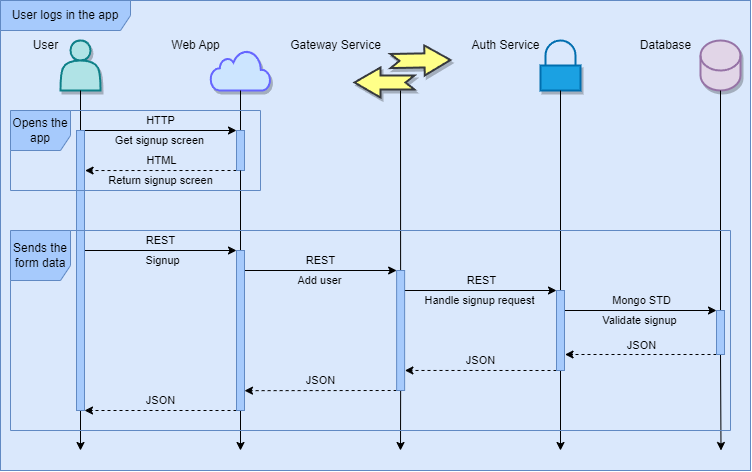
Earlier version of the draw.io export docs/images/06_signup.drawio.png (Arquisoft/wiq_es05b). Source tidied: cells renumbered, new cells last; positions are measured from the earlier drawing's top-left corner, leaving out a move shared by most shapes.
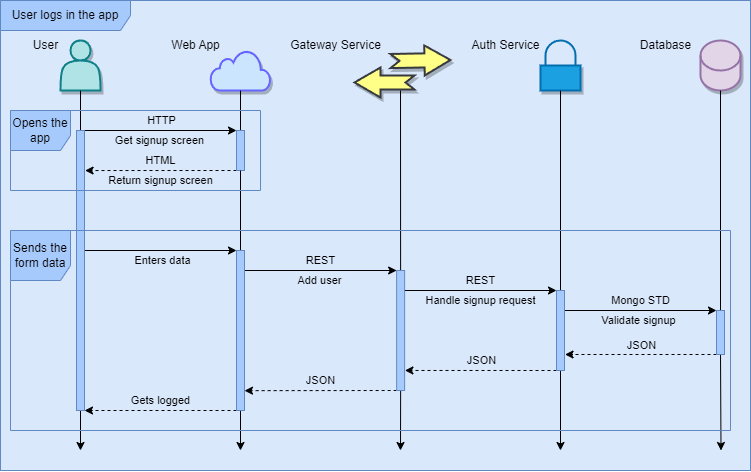
Later version of the same file.

Commit message:
Added another sequence diagram

Change to the diagram source:
```diff
@@ -65,16 +65,11 @@
         <mxPoint x="84" y="250" as="sourcePoint" />
       </mxGeometry>
     </mxCell>
-    <mxCell id="17" value="Signup" style="edgeLabel;html=1;align=center;verticalAlign=middle;labelBackgroundColor=none;" parent="16" vertex="1">
+    <mxCell id="17" value="Enters data" style="edgeLabel;html=1;align=center;verticalAlign=middle;labelBackgroundColor=none;" parent="16" vertex="1">
       <mxGeometry x="-0.39" relative="1" as="geometry">
         <mxPoint x="31" y="10" as="offset" />
       </mxGeometry>
     </mxCell>
-    <mxCell id="18" value="REST" style="edgeLabel;html=1;align=center;verticalAlign=middle;labelBackgroundColor=none;" parent="16" vertex="1">
-      <mxGeometry x="0.17" y="1" relative="1" as="geometry">
-        <mxPoint x="-13" y="-9" as="offset" />
-      </mxGeometry>
-    </mxCell>
     <mxCell id="19" style="edgeStyle=none;jettySize=auto;html=1;entryX=0;entryY=0;entryDx=0;entryDy=0;" parent="3" edge="1" target="54">
       <mxGeometry relative="1" as="geometry">
         <mxPoint x="240" y="270" as="sourcePoint" />
@@ -152,7 +147,7 @@
     <mxCell id="35" style="endArrow=classic;html=1;dashed=1;entryX=1;entryY=1;entryDx=0;entryDy=0;exitX=0;exitY=1;exitDx=0;exitDy=0;" parent="3" edge="1" source="50" target="52">
       <mxGeometry relative="1" as="geometry" />
     </mxCell>
-    <mxCell id="36" value="JSON" style="edgeLabel;html=1;align=center;verticalAlign=middle;labelBackgroundColor=none;" parent="35" vertex="1">
+    <mxCell id="36" value="Gets logged" style="edgeLabel;html=1;align=center;verticalAlign=middle;labelBackgroundColor=none;" parent="35" vertex="1">
       <mxGeometry x="-0.08" relative="1" as="geometry">
         <mxPoint x="-6" y="-10" as="offset" />
       </mxGeometry>
```
